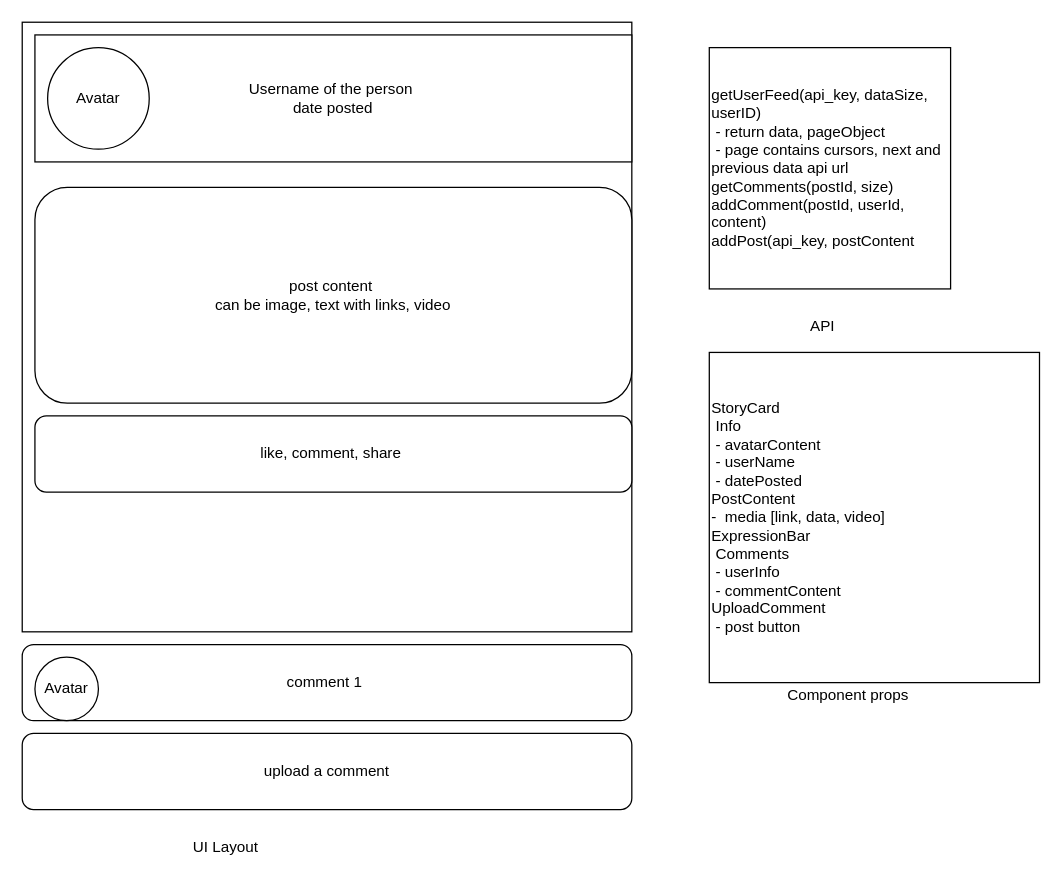
Earlier version of the draw.io diagram Untitled Diagram.drawio (sindhumamidi3/udemy-js). Source tidied: cells renumbered, new cells numbered last; positions are measured from the earlier drawing's top-left corner, leaving out a move shared by most shapes. Both pictures are drawn from the tidied source at 127%, with x=0, y=0 at pixel (22, 22).
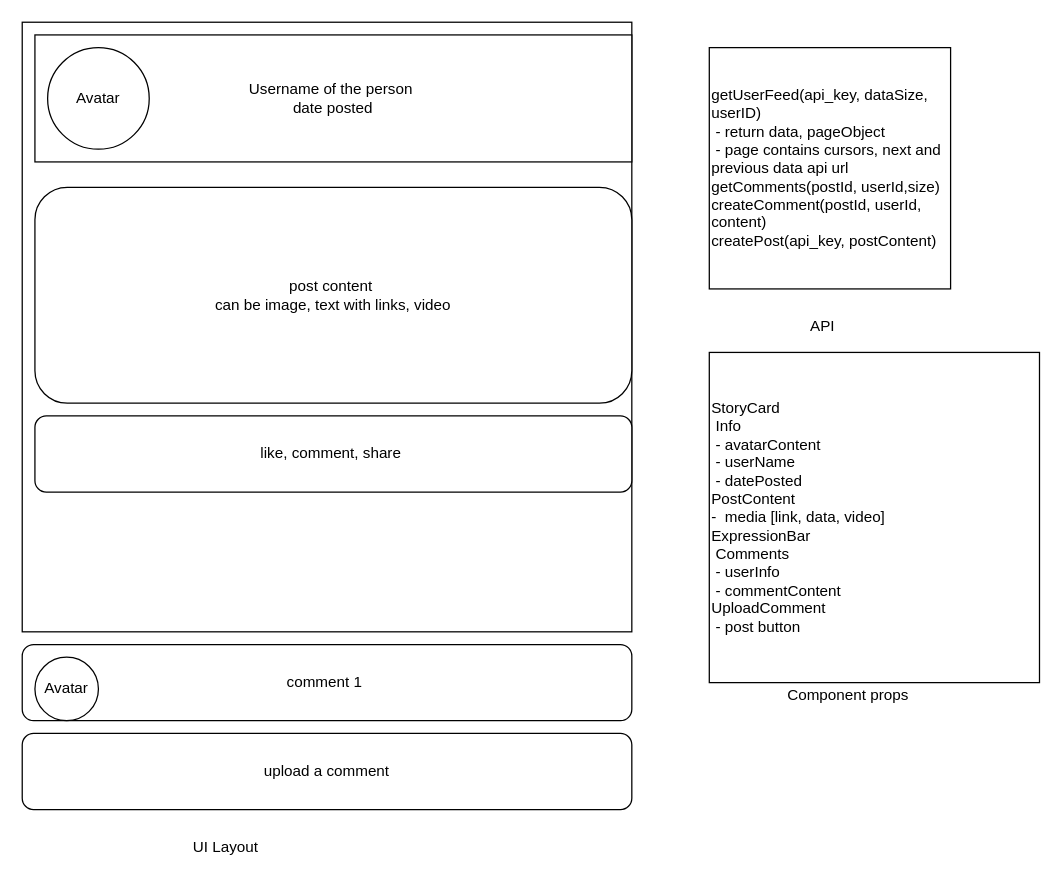
Above is the later version.

Diff of the diagram source:
```diff
@@
 <mxGraphModel>
   <root>
     <mxCell id="0" />
     <mxCell id="1" parent="0" />
     <mxCell id="2" style="whiteSpace=wrap;html=1;" parent="1" vertex="1">
       <mxGeometry width="480" height="480" as="geometry" />
     </mxCell>
     <mxCell id="3" value="Username of the person&amp;nbsp;&lt;br&gt;date posted" style="rounded=0;whiteSpace=wrap;html=1;" parent="1" vertex="1">
       <mxGeometry x="10" y="10" width="470" height="100" as="geometry" />
     </mxCell>
     <mxCell id="4" value="Avatar" style="ellipse;whiteSpace=wrap;html=1;" parent="1" vertex="1">
       <mxGeometry x="20" y="20" width="80" height="80" as="geometry" />
     </mxCell>
     <mxCell id="5" value="post content&amp;nbsp;&lt;br&gt;can be image, text with links, video" style="rounded=1;whiteSpace=wrap;html=1;" parent="1" vertex="1">
       <mxGeometry x="10" y="130" width="470" height="170" as="geometry" />
     </mxCell>
     <mxCell id="6" value="like, comment, share&amp;nbsp;" style="rounded=1;whiteSpace=wrap;html=1;align=center;" parent="1" vertex="1">
       <mxGeometry x="10" y="310" width="470" height="60" as="geometry" />
     </mxCell>
     <mxCell id="7" value="comment 1&amp;nbsp;" style="rounded=1;whiteSpace=wrap;html=1;align=center;" parent="1" vertex="1">
       <mxGeometry y="490" width="480" height="60" as="geometry" />
     </mxCell>
     <mxCell id="8" value="Avatar" style="ellipse;whiteSpace=wrap;html=1;" parent="1" vertex="1">
       <mxGeometry x="10" y="500" width="50" height="50" as="geometry" />
     </mxCell>
     <mxCell id="9" value="upload a comment" style="rounded=1;whiteSpace=wrap;html=1;align=center;" parent="1" vertex="1">
       <mxGeometry y="560" width="480" height="60" as="geometry" />
     </mxCell>
-    <mxCell id="10" value="getUserFeed(api_key, dataSize, userID)&lt;br&gt;&amp;nbsp;- return data, pageObject&lt;br&gt;&amp;nbsp;- page contains cursors, next and previous data api url&lt;br&gt;getComments(postId, size)&lt;br&gt;addComment(postId, userId, content)&lt;br&gt;addPost(api_key, postContent" style="whiteSpace=wrap;html=1;align=left;" parent="1" vertex="1">
+    <mxCell id="10" value="getUserFeed(api_key, dataSize, userID)&lt;br&gt;&amp;nbsp;- return data, pageObject&lt;br&gt;&amp;nbsp;- page contains cursors, next and previous data api url&lt;br&gt;getComments(postId, userId,size)&lt;br&gt;createComment(postId, userId, content)&lt;br&gt;createPost(api_key, postContent)" style="whiteSpace=wrap;html=1;align=left;" parent="1" vertex="1">
       <mxGeometry x="541" y="20" width="190" height="190" as="geometry" />
     </mxCell>
     <mxCell id="11" value="UI Layout" style="text;html=1;align=center;verticalAlign=middle;strokeColor=none;fillColor=none;" parent="1" vertex="1">
       <mxGeometry x="125" y="640" width="70" height="20" as="geometry" />
     </mxCell>
     <mxCell id="12" value="API" style="text;html=1;align=center;verticalAlign=middle;strokeColor=none;fillColor=none;" parent="1" vertex="1">
       <mxGeometry x="615" y="230" width="30" height="20" as="geometry" />
     </mxCell>
     <mxCell id="13" value="&lt;div&gt;&lt;span&gt;StoryCard&lt;/span&gt;&lt;br&gt;&lt;/div&gt;&lt;div&gt;&amp;nbsp;Info&lt;/div&gt;&lt;div&gt;&amp;nbsp;- avatarContent&lt;/div&gt;&lt;div&gt;&amp;nbsp;- userName&lt;/div&gt;&lt;div&gt;&lt;span&gt;&amp;nbsp;- datePosted&lt;/span&gt;&lt;/div&gt;&lt;div&gt;&lt;span&gt;PostContent&lt;/span&gt;&lt;/div&gt;&lt;div&gt;&lt;span&gt;-&amp;nbsp; media [link, data, video]&lt;/span&gt;&lt;/div&gt;&lt;div&gt;&lt;span&gt;ExpressionBar&lt;/span&gt;&lt;/div&gt;&lt;div&gt;&lt;span&gt;&amp;nbsp;Comments&lt;/span&gt;&lt;/div&gt;&lt;div&gt;&lt;span style=&quot;white-space: pre&quot;&gt; &lt;/span&gt;- userInfo&lt;br&gt;&lt;/div&gt;&lt;div&gt;&lt;span style=&quot;white-space: pre&quot;&gt; &lt;/span&gt;- commentContent&lt;br&gt;&lt;/div&gt;&lt;div&gt;UploadComment&lt;/div&gt;&lt;div&gt;&amp;nbsp;- post button&lt;/div&gt;" style="whiteSpace=wrap;html=1;align=left;" parent="1" vertex="1">
       <mxGeometry x="541" y="260" width="260" height="260" as="geometry" />
     </mxCell>
     <mxCell id="14" value="Component props" style="text;html=1;align=center;verticalAlign=middle;strokeColor=none;fillColor=none;" parent="1" vertex="1">
       <mxGeometry x="595" y="520" width="110" height="20" as="geometry" />
     </mxCell>
   </root>
 </mxGraphModel>
```
